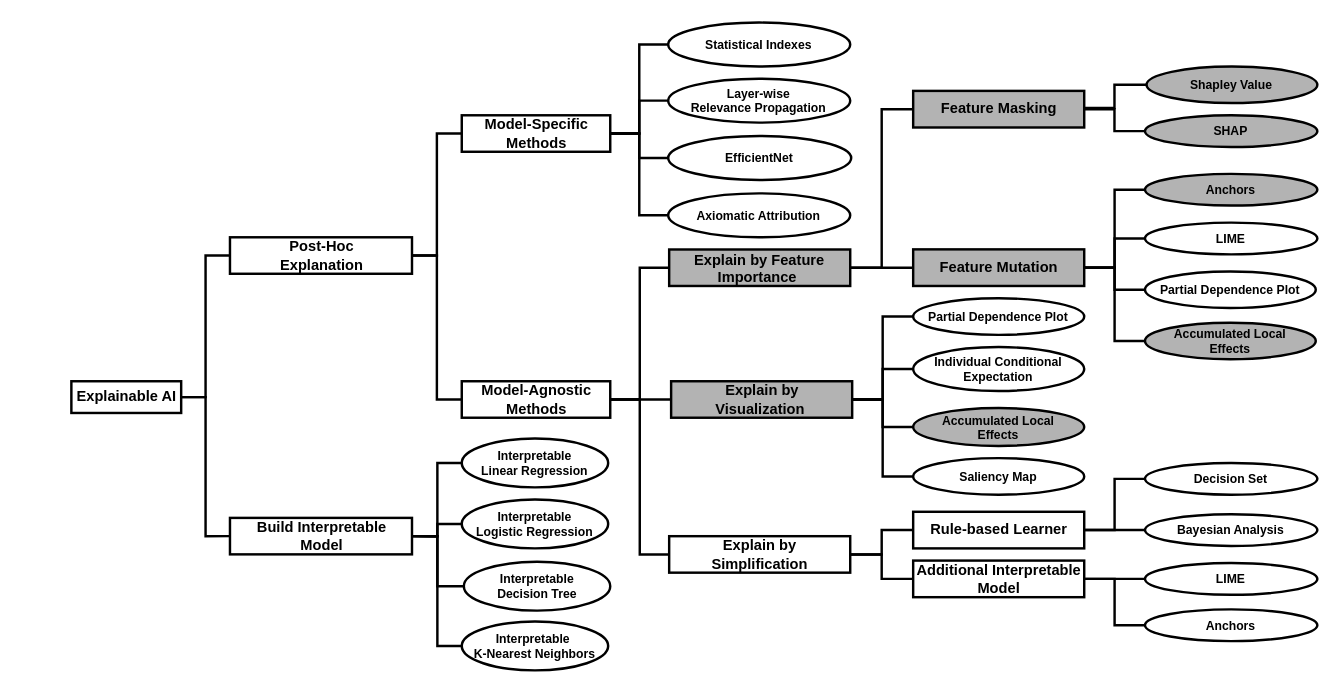
Before: XAI Taxonomy Tree3 - Copy.drawio in ZeruiW/XAI-Taxonomy, a draw.io diagram. Source tidied: cells renumbered, new cells numbered last; positions are measured from the earlier drawing's top-left corner, leaving out a move shared by most shapes. Both pictures are drawn from the tidied source at 122%, with x=0, y=0 at pixel (71, 22).
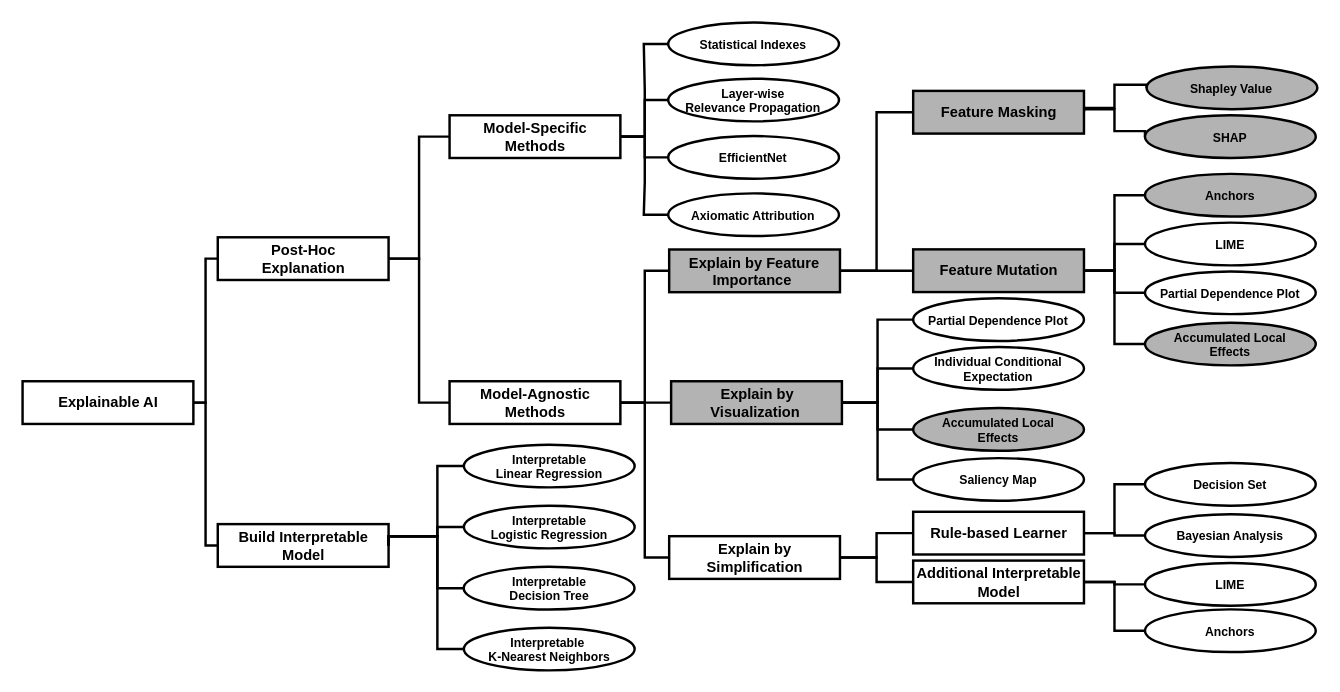
The same page after the edit.

Change to the diagram source:
```diff
@@
     <mxCell id="2" value="Explainable AI" style="rounded=0;fontSize=12;html=1;strokeColor=default;strokeWidth=2;fillColor=none;fontStyle=1;" parent="1" vertex="1">
-      <mxGeometry y="294" width="90" height="26" as="geometry" />
+      <mxGeometry x="-40" y="294" width="140" height="35" as="geometry" />
     </mxCell>
@@
     <mxCell id="5" value="Post-Hoc&lt;br&gt;Explanation" style="rounded=0;fontSize=12;html=1;strokeColor=default;strokeWidth=2;fillColor=none;fontStyle=1;" parent="1" vertex="1">
-      <mxGeometry x="130" y="176" width="149.2" height="29.9" as="geometry" />
+      <mxGeometry x="120" y="176" width="140" height="35" as="geometry" />
     </mxCell>
@@
     <mxCell id="10" value="Model-Specific &lt;br&gt;Methods" style="rounded=0;fontSize=12;html=1;strokeColor=default;strokeWidth=2;fillColor=none;fontStyle=1;" parent="1" vertex="1">
-      <mxGeometry x="320" y="76" width="121.7" height="29.9" as="geometry" />
+      <mxGeometry x="310" y="76" width="140" height="35" as="geometry" />
     </mxCell>
     <mxCell id="11" value="Build Interpretable &lt;br&gt;Model" style="rounded=0;fontSize=12;html=1;strokeColor=default;strokeWidth=2;fillColor=none;fontStyle=1;" parent="1" vertex="1">
-      <mxGeometry x="130" y="406" width="149.2" height="29.9" as="geometry" />
+      <mxGeometry x="120" y="411.1" width="140" height="35" as="geometry" />
     </mxCell>
@@
     <mxCell id="15" value="Model-Agnostic &lt;br&gt;Methods" style="rounded=0;fontSize=12;html=1;strokeColor=default;strokeWidth=2;fillColor=none;fontStyle=1;" parent="1" vertex="1">
-      <mxGeometry x="320" y="294" width="121.7" height="29.9" as="geometry" />
+      <mxGeometry x="310" y="294" width="140" height="35" as="geometry" />
     </mxCell>
     <mxCell id="16" value="Explain by &lt;br&gt;Simplification" style="rounded=0;fontSize=12;html=1;strokeColor=default;strokeWidth=2;fillColor=none;fontStyle=1;" parent="1" vertex="1">
-      <mxGeometry x="490" y="421" width="148.4" height="29.9" as="geometry" />
+      <mxGeometry x="490" y="421" width="140" height="35" as="geometry" />
     </mxCell>
     <mxCell id="17" value="Explain by Feature &#10;Importance " style="rounded=0;fontSize=12;gradientColor=none;fillColor=#B3B3B3;fontStyle=1;labelBorderColor=none;labelBackgroundColor=none;strokeColor=default;strokeWidth=2;" parent="1" vertex="1">
-      <mxGeometry x="490" y="186" width="148.4" height="29.9" as="geometry" />
+      <mxGeometry x="490" y="186" width="140" height="35" as="geometry" />
     </mxCell>
     <mxCell id="18" value="Explain by &lt;br&gt;Visualization&amp;nbsp;" style="rounded=0;fontSize=12;html=1;strokeColor=default;strokeWidth=2;fillColor=#B3B3B3;fontStyle=1;" parent="1" vertex="1">
-      <mxGeometry x="491.6" y="294" width="148.4" height="29.9" as="geometry" />
+      <mxGeometry x="491.6" y="294" width="140" height="35" as="geometry" />
     </mxCell>
@@
     <mxCell id="20" value="Feature Masking" style="rounded=0;fontSize=12;html=1;gradientColor=none;fillColor=#B3B3B3;fontStyle=1;labelBorderColor=none;labelBackgroundColor=none;strokeColor=default;strokeWidth=2;" parent="1" vertex="1">
-      <mxGeometry x="690" y="56" width="140.2" height="30" as="geometry" />
+      <mxGeometry x="690" y="56" width="140" height="35" as="geometry" />
     </mxCell>
@@
     <mxCell id="25" value="Feature Mutation" style="rounded=0;fontSize=12;html=1;gradientColor=none;fillColor=#B3B3B3;fontStyle=1;labelBorderColor=none;labelBackgroundColor=none;strokeColor=default;strokeWidth=2;" parent="1" vertex="1">
-      <mxGeometry x="690" y="185.9" width="140.2" height="30" as="geometry" />
+      <mxGeometry x="690" y="185.9" width="140" height="35" as="geometry" />
     </mxCell>
     <mxCell id="26" value="Rule-based Learner" style="rounded=0;fontSize=12;html=1;strokeColor=default;strokeWidth=2;fillColor=none;fontStyle=1;" parent="1" vertex="1">
-      <mxGeometry x="690" y="401" width="140.2" height="30" as="geometry" />
+      <mxGeometry x="690" y="401" width="140" height="35" as="geometry" />
     </mxCell>
-    <mxCell id="27" value="&lt;div style=&quot;font-size: 10px;&quot;&gt;Interpretable&lt;/div&gt;&lt;div style=&quot;font-size: 10px;&quot;&gt;Linear Regression&lt;/div&gt;" style="ellipse;whiteSpace=wrap;html=1;fontSize=10;strokeColor=default;strokeWidth=2;fillColor=none;fontStyle=1;" parent="1" vertex="1">
-      <mxGeometry x="320" y="341" width="120" height="40" as="geometry" />
-    </mxCell>
     <mxCell id="28" value="Statistical Indexes" style="ellipse;whiteSpace=wrap;html=1;fontSize=10;fillColor=none;strokeColor=default;strokeWidth=2;fontStyle=1;" parent="1" vertex="1">
-      <mxGeometry x="489.2" width="149.2" height="36" as="geometry" />
+      <mxGeometry x="489.2" width="140" height="35" as="geometry" />
     </mxCell>
     <mxCell id="29" value="Layer-wise&lt;br style=&quot;font-size: 10px;&quot;&gt;Relevance Propagation " style="ellipse;whiteSpace=wrap;html=1;fontSize=10;fillColor=none;strokeColor=default;strokeWidth=2;fontStyle=1;" parent="1" vertex="1">
-      <mxGeometry x="489.2" y="46" width="149.2" height="36" as="geometry" />
+      <mxGeometry x="489.2" y="46" width="140" height="35" as="geometry" />
     </mxCell>
     <mxCell id="30" value="EfficientNet" style="ellipse;whiteSpace=wrap;html=1;fontSize=10;fillColor=none;strokeColor=default;strokeWidth=2;fontStyle=1;" parent="1" vertex="1">
-      <mxGeometry x="489.2" y="93" width="150" height="36" as="geometry" />
+      <mxGeometry x="489.2" y="93" width="140" height="35" as="geometry" />
     </mxCell>
     <mxCell id="31" value="Axiomatic Attribution" style="ellipse;whiteSpace=wrap;html=1;fontSize=10;fillColor=none;strokeColor=default;strokeWidth=2;fontStyle=1;" parent="1" vertex="1">
-      <mxGeometry x="489.2" y="140" width="149.2" height="36" as="geometry" />
+      <mxGeometry x="489.2" y="140" width="140" height="35" as="geometry" />
     </mxCell>
     <mxCell id="32" value="Decision Set" style="ellipse;whiteSpace=wrap;html=1;fontSize=10;strokeColor=default;strokeWidth=2;fillColor=none;fontStyle=1;" parent="1" vertex="1">
-      <mxGeometry x="880" y="361" width="141.3" height="26" as="geometry" />
+      <mxGeometry x="880" y="361" width="140" height="35" as="geometry" />
     </mxCell>
     <mxCell id="33" value="Bayesian Analysis" style="ellipse;whiteSpace=wrap;html=1;fontSize=10;strokeColor=default;strokeWidth=2;fillColor=none;fontStyle=1;" parent="1" vertex="1">
-      <mxGeometry x="880" y="403" width="141.3" height="26" as="geometry" />
+      <mxGeometry x="880" y="403" width="140" height="35" as="geometry" />
     </mxCell>
     <mxCell id="34" value="SHAP" style="ellipse;whiteSpace=wrap;html=1;fontSize=10;labelBackgroundColor=none;labelBorderColor=none;fontStyle=1;fillColor=#B3B3B3;strokeColor=default;strokeWidth=2;" parent="1" vertex="1">
-      <mxGeometry x="880" y="76" width="141.3" height="26" as="geometry" />
+      <mxGeometry x="880" y="76" width="140" height="35" as="geometry" />
     </mxCell>
     <mxCell id="35" value="Additional Interpretable &lt;br&gt;Model" style="rounded=0;fontSize=12;html=1;strokeColor=default;strokeWidth=2;fillColor=none;fontStyle=1;" parent="1" vertex="1">
-      <mxGeometry x="690" y="441" width="140.2" height="30" as="geometry" />
+      <mxGeometry x="690" y="441" width="140" height="35" as="geometry" />
     </mxCell>
     <mxCell id="36" value="LIME" style="ellipse;whiteSpace=wrap;html=1;fontSize=10;strokeColor=default;strokeWidth=2;fillColor=none;fontStyle=1;" parent="1" vertex="1">
-      <mxGeometry x="880" y="443" width="141.3" height="26" as="geometry" />
+      <mxGeometry x="880" y="443" width="140" height="35" as="geometry" />
     </mxCell>
     <mxCell id="37" value="Anchors" style="ellipse;whiteSpace=wrap;html=1;fontSize=10;strokeColor=default;strokeWidth=2;fillColor=none;fontStyle=1;" parent="1" vertex="1">
-      <mxGeometry x="880" y="481" width="141.3" height="26" as="geometry" />
+      <mxGeometry x="880" y="481" width="140" height="35" as="geometry" />
     </mxCell>
@@
     <mxCell id="40" style="endArrow=none;fontFamily=Helvetica;fontSize=10;fontColor=default;entryX=0;entryY=0.5;entryDx=0;entryDy=0;exitX=1;exitY=0.5;exitDx=0;exitDy=0;rounded=0;html=1;edgeStyle=orthogonalEdgeStyle;strokeColor=default;strokeWidth=2;fontStyle=1;" parent="1" edge="1" source="11" target="27">
       <mxGeometry relative="1" as="geometry">
         <Array as="points">
+          <mxPoint x="260" y="421" />
           <mxPoint x="300" y="421" />
-          <mxPoint x="300" y="361" />
+          <mxPoint x="300" y="364" />
+          <mxPoint x="322" y="364" />
         </Array>
       </mxGeometry>
     </mxCell>
-    <mxCell id="41" style="endArrow=none;fontFamily=Helvetica;fontSize=10;fontColor=default;exitX=1;exitY=0.5;exitDx=0;exitDy=0;rounded=0;html=1;edgeStyle=orthogonalEdgeStyle;entryX=0;entryY=0.5;entryDx=0;entryDy=0;strokeColor=default;strokeWidth=2;fontStyle=1;" parent="1" edge="1" source="11" target="64">
+    <mxCell id="41" style="endArrow=none;fontFamily=Helvetica;fontSize=10;fontColor=default;exitX=1;exitY=0.5;exitDx=0;exitDy=0;rounded=0;html=1;edgeStyle=orthogonalEdgeStyle;strokeColor=default;strokeWidth=2;fontStyle=1;entryX=0;entryY=0.5;entryDx=0;entryDy=0;" parent="1" edge="1" source="11" target="64">
       <mxGeometry relative="1" as="geometry">
         <Array as="points">
+          <mxPoint x="260" y="421" />
           <mxPoint x="300" y="421" />
-          <mxPoint x="300" y="411" />
+          <mxPoint x="300" y="414" />
+          <mxPoint x="322" y="414" />
         </Array>
       </mxGeometry>
     </mxCell>
@@
     <mxCell id="54" value="Accumulated Local &lt;br style=&quot;font-size: 10px;&quot;&gt;Effects" style="ellipse;whiteSpace=wrap;html=1;fontSize=10;labelBackgroundColor=none;labelBorderColor=none;fontStyle=1;fillColor=#B3B3B3;strokeColor=default;strokeWidth=2;" parent="1" vertex="1">
-      <mxGeometry x="880" y="246" width="140" height="29.9" as="geometry" />
+      <mxGeometry x="880" y="246" width="140" height="35" as="geometry" />
     </mxCell>
     <mxCell id="55" value="Partial Dependence Plot" style="ellipse;whiteSpace=wrap;html=1;fontSize=10;labelBackgroundColor=none;labelBorderColor=none;strokeColor=default;strokeWidth=2;fillColor=none;fontStyle=1;" parent="1" vertex="1">
-      <mxGeometry x="880" y="204" width="140" height="29.9" as="geometry" />
+      <mxGeometry x="880" y="204" width="140" height="35" as="geometry" />
     </mxCell>
     <mxCell id="56" value="Anchors" style="ellipse;whiteSpace=wrap;html=1;fontSize=10;labelBackgroundColor=none;labelBorderColor=none;fontStyle=1;fillColor=#B3B3B3;strokeColor=default;strokeWidth=2;" parent="1" vertex="1">
-      <mxGeometry x="880" y="124" width="141.3" height="26" as="geometry" />
+      <mxGeometry x="880" y="124" width="140" height="35" as="geometry" />
     </mxCell>
     <mxCell id="57" value="LIME" style="ellipse;whiteSpace=wrap;html=1;fontSize=10;strokeColor=default;strokeWidth=2;fillColor=none;fontStyle=1;" parent="1" vertex="1">
-      <mxGeometry x="880" y="164" width="141.3" height="26" as="geometry" />
+      <mxGeometry x="880" y="164" width="140" height="35" as="geometry" />
     </mxCell>
     <mxCell id="58" value="Accumulated Local &lt;br style=&quot;font-size: 10px;&quot;&gt;Effects" style="ellipse;whiteSpace=wrap;html=1;fontSize=10;fontStyle=1;fillColor=#B3B3B3;strokeColor=default;strokeWidth=2;" parent="1" vertex="1">
-      <mxGeometry x="690" y="316" width="140.2" height="31" as="geometry" />
+      <mxGeometry x="690" y="316" width="140" height="35" as="geometry" />
     </mxCell>
     <mxCell id="59" value="Partial Dependence Plot" style="ellipse;whiteSpace=wrap;html=1;fontSize=10;strokeColor=default;strokeWidth=2;fillColor=none;fontStyle=1;" parent="1" vertex="1">
-      <mxGeometry x="690" y="226" width="140.2" height="30" as="geometry" />
+      <mxGeometry x="690" y="226" width="140" height="35" as="geometry" />
     </mxCell>
     <mxCell id="60" value="Individual Conditional &lt;br style=&quot;font-size: 10px;&quot;&gt;Expectation" style="ellipse;whiteSpace=wrap;html=1;fontSize=10;strokeColor=default;strokeWidth=2;fillColor=none;fontStyle=1;" parent="1" vertex="1">
-      <mxGeometry x="690" y="266" width="140.2" height="36" as="geometry" />
+      <mxGeometry x="690" y="266" width="140" height="35" as="geometry" />
     </mxCell>
     <mxCell id="61" value="Saliency Map" style="ellipse;whiteSpace=wrap;html=1;fontSize=10;strokeColor=default;strokeWidth=2;fillColor=none;fontStyle=1;" parent="1" vertex="1">
-      <mxGeometry x="690" y="357" width="140.2" height="30" as="geometry" />
+      <mxGeometry x="690" y="357" width="140" height="35" as="geometry" />
     </mxCell>
     <mxCell id="62" value="&lt;span style=&quot;font-size: 10px;&quot;&gt;Shapley Value&lt;/span&gt;" style="ellipse;whiteSpace=wrap;html=1;fontSize=10;labelBackgroundColor=none;labelBorderColor=none;fontStyle=1;fillColor=#B3B3B3;strokeColor=default;strokeWidth=2;" parent="1" vertex="1">
-      <mxGeometry x="881.3" y="36" width="140" height="30" as="geometry" />
+      <mxGeometry x="881.3" y="36" width="140" height="35" as="geometry" />
     </mxCell>
@@
+    <mxCell id="67" style="endArrow=none;fontFamily=Helvetica;fontSize=10;fontColor=default;rounded=0;html=1;edgeStyle=orthogonalEdgeStyle;entryX=0;entryY=0.5;entryDx=0;entryDy=0;exitX=1;exitY=0.5;exitDx=0;exitDy=0;strokeColor=default;strokeWidth=2;fontStyle=1;" parent="1" edge="1" source="11" target="65">
+      <mxGeometry relative="1" as="geometry">
+        <Array as="points">
+          <mxPoint x="260" y="421" />
+          <mxPoint x="300" y="421" />
+          <mxPoint x="300" y="464" />
+          <mxPoint x="322" y="464" />
+        </Array>
+      </mxGeometry>
+    </mxCell>
+    <mxCell id="68" style="endArrow=none;fontFamily=Helvetica;fontSize=10;fontColor=default;rounded=0;html=1;edgeStyle=orthogonalEdgeStyle;entryX=0;entryY=0.5;entryDx=0;entryDy=0;exitX=1;exitY=0.5;exitDx=0;exitDy=0;strokeColor=default;strokeWidth=2;fontStyle=1;" parent="1" edge="1" source="11" target="66">
+      <mxGeometry relative="1" as="geometry">
+        <Array as="points">
+          <mxPoint x="260" y="421" />
+          <mxPoint x="300" y="421" />
+          <mxPoint x="300" y="514" />
+          <mxPoint x="322" y="514" />
+        </Array>
+      </mxGeometry>
+    </mxCell>
+    <mxCell id="27" value="&lt;div style=&quot;font-size: 10px;&quot;&gt;Interpretable&lt;/div&gt;&lt;div style=&quot;font-size: 10px;&quot;&gt;Linear Regression&lt;/div&gt;" style="ellipse;whiteSpace=wrap;html=1;fontSize=10;strokeColor=default;strokeWidth=2;fillColor=none;fontStyle=1;" parent="1" vertex="1">
+      <mxGeometry x="321.7" y="346" width="140" height="35" as="geometry" />
+    </mxCell>
     <mxCell id="64" value="&lt;font face=&quot;helvetica&quot; style=&quot;font-size: 10px;&quot;&gt;Interpretable &lt;br style=&quot;font-size: 10px;&quot;&gt;Logistic Regression&lt;/font&gt;" style="ellipse;whiteSpace=wrap;html=1;fontSize=10;strokeColor=default;strokeWidth=2;fillColor=none;fontStyle=1;" parent="1" vertex="1">
-      <mxGeometry x="320" y="391" width="120" height="40" as="geometry" />
+      <mxGeometry x="321.7" y="396" width="140" height="35" as="geometry" />
     </mxCell>
     <mxCell id="65" value="&lt;font style=&quot;font-size: 10px;&quot;&gt;&lt;span style=&quot;font-family: helvetica; font-size: 10px;&quot;&gt;Interpretable&lt;/span&gt;&lt;br style=&quot;font-family: helvetica; font-size: 10px;&quot;&gt;&lt;/font&gt;&lt;span style=&quot;font-size: 10px&quot;&gt;Decision Tree&lt;/span&gt;" style="ellipse;whiteSpace=wrap;html=1;fontSize=10;strokeColor=default;strokeWidth=2;fillColor=none;fontStyle=1;" parent="1" vertex="1">
-      <mxGeometry x="321.7" y="442" width="120" height="40" as="geometry" />
+      <mxGeometry x="321.6" y="446.1" width="140" height="35" as="geometry" />
     </mxCell>
     <mxCell id="66" value="&lt;font style=&quot;font-size: 10px&quot;&gt;&lt;font face=&quot;helvetica&quot; style=&quot;font-size: 10px&quot;&gt;Interpretable&lt;/font&gt;&amp;nbsp;&lt;br&gt;&lt;/font&gt;&lt;span style=&quot;font-size: 10px&quot;&gt;K-Nearest Neighbors&lt;/span&gt;" style="ellipse;whiteSpace=wrap;html=1;fontSize=10;strokeColor=default;strokeWidth=2;fillColor=none;fontStyle=1;" parent="1" vertex="1">
-      <mxGeometry x="320" y="491" width="120" height="40" as="geometry" />
+      <mxGeometry x="321.7" y="496" width="140" height="35" as="geometry" />
     </mxCell>
-    <mxCell id="67" style="endArrow=none;fontFamily=Helvetica;fontSize=10;fontColor=default;rounded=0;html=1;edgeStyle=orthogonalEdgeStyle;entryX=0;entryY=0.5;entryDx=0;entryDy=0;exitX=1;exitY=0.5;exitDx=0;exitDy=0;strokeColor=default;strokeWidth=2;fontStyle=1;" parent="1" edge="1" source="11" target="65">
-      <mxGeometry relative="1" as="geometry">
-        <Array as="points">
-          <mxPoint x="300" y="421" />
-          <mxPoint x="300" y="462" />
-        </Array>
-      </mxGeometry>
-    </mxCell>
-    <mxCell id="68" style="endArrow=none;fontFamily=Helvetica;fontSize=10;fontColor=default;rounded=0;html=1;edgeStyle=orthogonalEdgeStyle;entryX=0;entryY=0.5;entryDx=0;entryDy=0;exitX=1;exitY=0.5;exitDx=0;exitDy=0;strokeColor=default;strokeWidth=2;fontStyle=1;" parent="1" edge="1" source="11" target="66">
-      <mxGeometry relative="1" as="geometry">
-        <Array as="points">
-          <mxPoint x="300" y="421" />
-          <mxPoint x="300" y="511" />
-        </Array>
-      </mxGeometry>
-    </mxCell>
```
